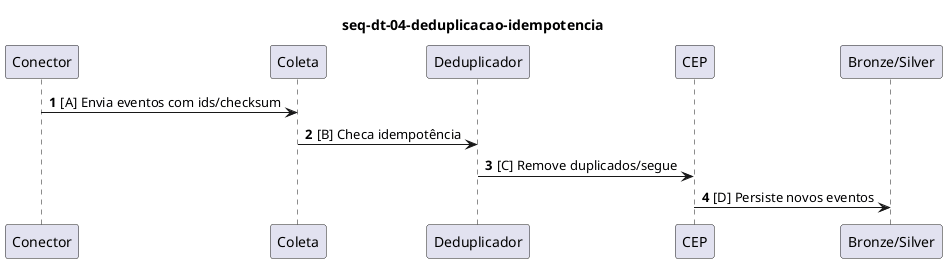
Above: projeto/assets/seq/seq-dt-04-deduplicacao-idempotencia.png in afonsolelis/pesquisa_modelo_gd_apb (PlantUML), before the change. Its diagram source:
```plantuml
@startuml
autonumber
participant "Conector" as Conector
participant "Coleta" as Coleta
participant "Deduplicador" as Deduplicador
participant "CEP" as CEP
participant "Bronze/Silver" as Bronze_Silver
title seq-dt-04-deduplicacao-idempotencia
Conector -> Coleta : [A] Envia eventos com ids/checksum
Coleta -> Deduplicador : [B] Checa idempotência
Deduplicador -> CEP : [C] Remove duplicados/segue
CEP -> Bronze_Silver : [D] Persiste novos eventos
@enduml
```
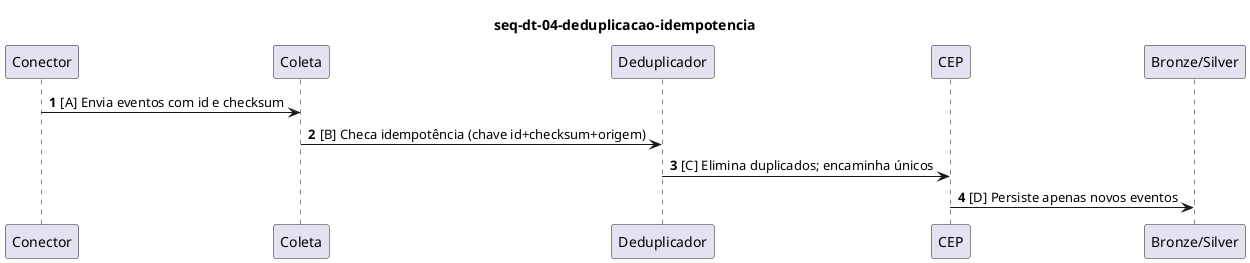
Later version of the same file.

What changed in the source:
```diff
@@ -6,8 +6,8 @@
 participant "CEP" as CEP
 participant "Bronze/Silver" as Bronze_Silver
 title seq-dt-04-deduplicacao-idempotencia
-Conector -> Coleta : [A] Envia eventos com ids/checksum
-Coleta -> Deduplicador : [B] Checa idempotência
-Deduplicador -> CEP : [C] Remove duplicados/segue
-CEP -> Bronze_Silver : [D] Persiste novos eventos
+Conector -> Coleta : [A] Envia eventos com id e checksum
+Coleta -> Deduplicador : [B] Checa idempotência (chave id+checksum+origem)
+Deduplicador -> CEP : [C] Elimina duplicados; encaminha únicos
+CEP -> Bronze_Silver : [D] Persiste apenas novos eventos
 @enduml
```
